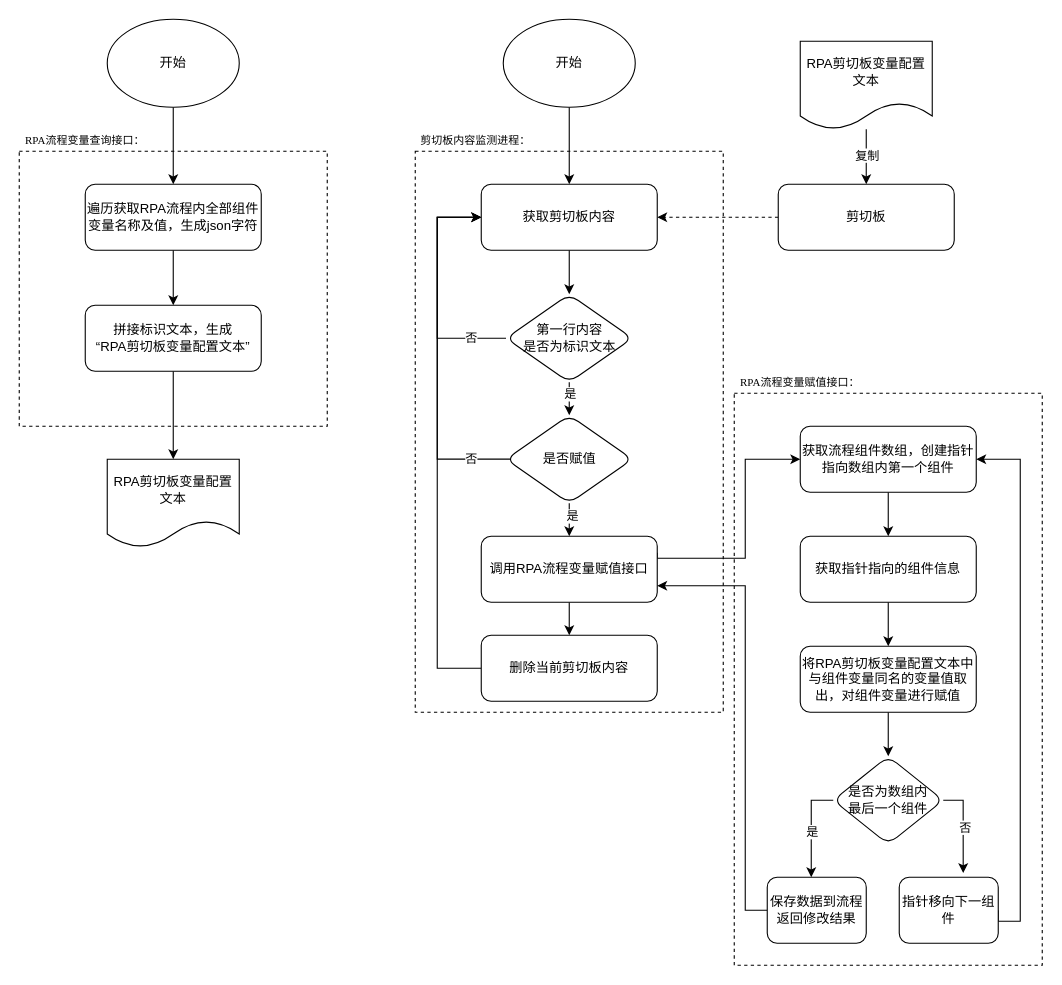
ColonelDarcy2018/excelsior keeps this draw.io diagram as 剪切板变量赋值专利发明方案图一.drawio. Above is the earlier version. Source tidied: cells renumbered, new cells numbered last; positions are measured from the earlier drawing's top-left corner, leaving out a move shared by most shapes. Both pictures are drawn from the tidied source at 110%, with x=0, y=0 at pixel (19, 19).
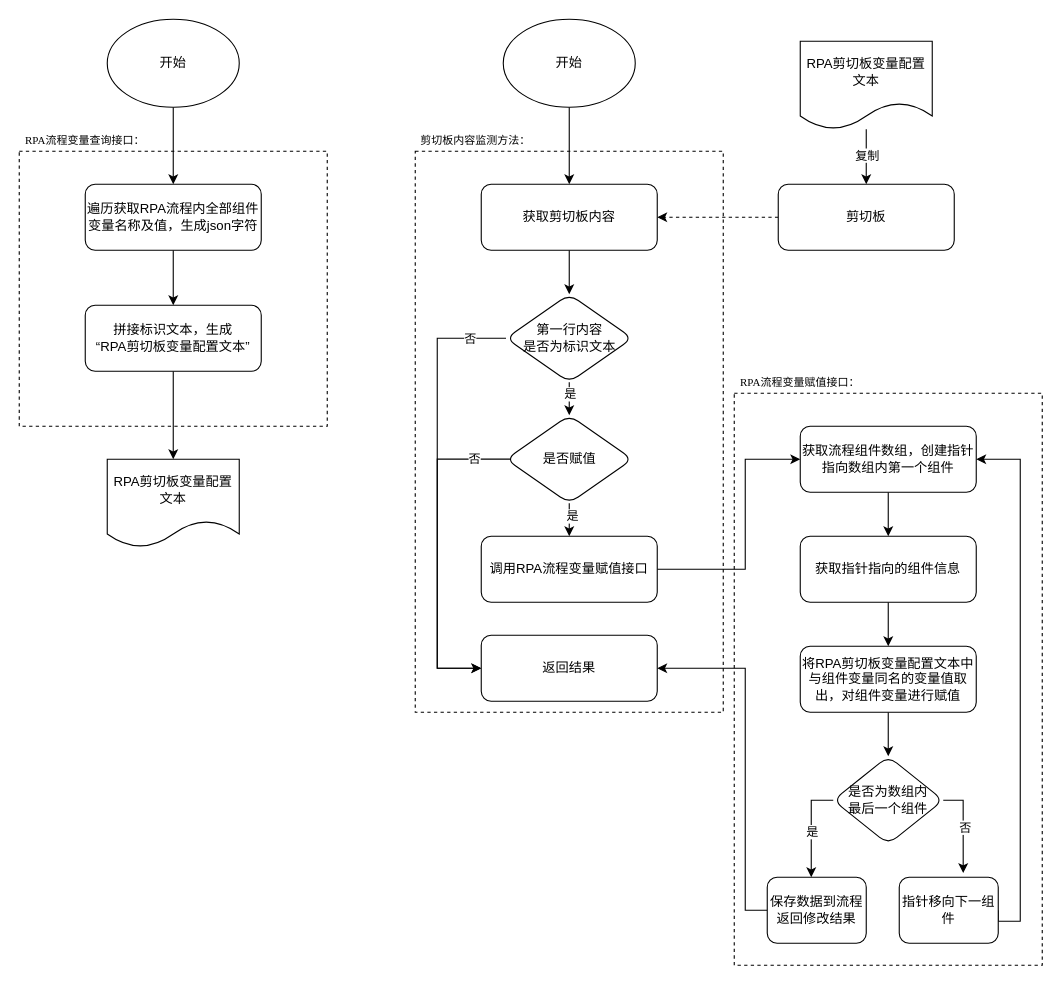
The same page after the edit.

Commit message:
更新剪切板变量赋值专利发明方案图一.drawio

The change refers to these unchanged cells:
```xml
<mxCell id="19" value="获取剪切板内容" style="rounded=1;whiteSpace=wrap;html=1;" parent="1" vertex="1">
  <mxGeometry x="420" y="150" width="160" height="60" as="geometry" />
</mxCell>
<mxCell id="27" value="第一行内容&lt;br&gt;是否为标识文本" style="rhombus;whiteSpace=wrap;html=1;rounded=1;" parent="1" vertex="1">
  <mxGeometry x="442.5" y="250" width="115" height="80" as="geometry" />
</mxCell>
<mxCell id="32" value="是否赋值" style="rhombus;whiteSpace=wrap;html=1;rounded=1;" parent="1" vertex="1">
  <mxGeometry x="442.5" y="360" width="115" height="80" as="geometry" />
</mxCell>
<mxCell id="35" value="获取流程组件数组，创建指针指向数组内第一个组件" style="rounded=1;whiteSpace=wrap;html=1;" parent="1" vertex="1">
  <mxGeometry x="710" y="370" width="160" height="60" as="geometry" />
</mxCell>
<mxCell id="43" value="调用RPA流程变量赋值接口" style="rounded=1;whiteSpace=wrap;html=1;" parent="1" vertex="1">
  <mxGeometry x="420" y="470" width="160" height="60" as="geometry" />
</mxCell>
<mxCell id="53" value="保存数据到流程&lt;br&gt;返回修改结果" style="rounded=1;whiteSpace=wrap;html=1;" parent="1" vertex="1">
  <mxGeometry x="680" y="780" width="90" height="60" as="geometry" />
</mxCell>
```

The edit, as a diff of the source:
```diff
@@
-    <mxCell id="20" value="&lt;p style=&quot;margin: 0pt 0pt 0.0001pt; text-align: start;&quot; class=&quot;MsoNormal&quot;&gt;&lt;font face=&quot;Times New Roman&quot;&gt;剪切板内容监测进程：&lt;/font&gt;&lt;br&gt;&lt;/p&gt;" style="text;html=1;strokeColor=none;fillColor=none;align=center;verticalAlign=middle;whiteSpace=wrap;rounded=0;fontSize=10;" parent="1" vertex="1">
+    <mxCell id="20" value="&lt;p style=&quot;margin: 0pt 0pt 0.0001pt; text-align: start;&quot; class=&quot;MsoNormal&quot;&gt;&lt;font face=&quot;Times New Roman&quot;&gt;剪切板内容监测方法：&lt;/font&gt;&lt;br&gt;&lt;/p&gt;" style="text;html=1;strokeColor=none;fillColor=none;align=center;verticalAlign=middle;whiteSpace=wrap;rounded=0;fontSize=10;" parent="1" vertex="1">
       <mxGeometry x="360" y="100" width="110" height="20" as="geometry" />
     </mxCell>
@@
-    <mxCell id="25" style="edgeStyle=orthogonalEdgeStyle;rounded=0;jettySize=auto;html=1;entryX=0;entryY=0.5;entryDx=0;entryDy=0;exitX=0;exitY=0.5;exitDx=0;exitDy=0;" parent="1" edge="1" source="27" target="19">
+    <mxCell id="25" style="edgeStyle=orthogonalEdgeStyle;rounded=0;jettySize=auto;html=1;entryX=0;entryY=0.5;entryDx=0;entryDy=0;exitX=0;exitY=0.5;exitDx=0;exitDy=0;" parent="1" edge="1" source="27" target="51">
       <mxGeometry relative="1" as="geometry">
         <Array as="points">
           <mxPoint x="380" y="290" />
-          <mxPoint x="380" y="180" />
+          <mxPoint x="380" y="590" />
         </Array>
       </mxGeometry>
     </mxCell>
     <mxCell id="26" value="否" style="edgeLabel;html=1;align=center;verticalAlign=middle;" parent="25" vertex="1">
-      <mxGeometry x="0.22" y="1" relative="1" as="geometry">
-        <mxPoint x="31" y="67" as="offset" />
+      <mxGeometry x="-0.81" y="-1" relative="1" as="geometry">
+        <mxPoint x="5" y="1" as="offset" />
       </mxGeometry>
     </mxCell>
@@
-    <mxCell id="28" style="edgeStyle=orthogonalEdgeStyle;rounded=0;jettySize=auto;html=1;entryX=0;entryY=0.5;entryDx=0;entryDy=0;exitX=0.054;exitY=0.499;exitDx=0;exitDy=0;exitPerimeter=0;" parent="1" edge="1" source="32" target="19">
+    <mxCell id="28" style="edgeStyle=orthogonalEdgeStyle;rounded=0;jettySize=auto;html=1;entryX=0;entryY=0.5;entryDx=0;entryDy=0;exitX=0.054;exitY=0.499;exitDx=0;exitDy=0;exitPerimeter=0;" parent="1" edge="1" source="32" target="51">
       <mxGeometry relative="1" as="geometry">
         <Array as="points">
           <mxPoint x="380" y="400" />
-          <mxPoint x="380" y="180" />
+          <mxPoint x="380" y="590" />
         </Array>
       </mxGeometry>
     </mxCell>
@@
-    <mxCell id="33" style="edgeStyle=orthogonalEdgeStyle;rounded=0;jettySize=auto;html=1;entryX=0;entryY=0.5;entryDx=0;entryDy=0;exitX=0;exitY=0.5;exitDx=0;exitDy=0;" parent="1" edge="1" source="51" target="19">
-      <mxGeometry relative="1" as="geometry">
-        <Array as="points">
-          <mxPoint x="380" y="590" />
-          <mxPoint x="380" y="180" />
-        </Array>
-      </mxGeometry>
-    </mxCell>
@@
-    <mxCell id="41" style="edgeStyle=orthogonalEdgeStyle;rounded=0;jettySize=auto;html=1;entryX=0;entryY=0.5;entryDx=0;entryDy=0;exitX=1;exitY=0.25;exitDx=0;exitDy=0;" parent="1" edge="1" source="43" target="35">
+    <mxCell id="41" style="edgeStyle=orthogonalEdgeStyle;rounded=0;jettySize=auto;html=1;entryX=0;entryY=0.5;entryDx=0;entryDy=0;exitX=1;exitY=0.5;exitDx=0;exitDy=0;" parent="1" edge="1" source="43" target="35">
       <mxGeometry relative="1" as="geometry">
         <Array as="points">
-          <mxPoint x="580" y="490" />
-          <mxPoint x="660" y="490" />
+          <mxPoint x="660" y="500" />
           <mxPoint x="660" y="400" />
         </Array>
       </mxGeometry>
     </mxCell>
-    <mxCell id="42" style="edgeStyle=orthogonalEdgeStyle;rounded=0;jettySize=auto;html=1;entryX=0.5;entryY=0;entryDx=0;entryDy=0;" parent="1" edge="1" source="43" target="51">
-      <mxGeometry relative="1" as="geometry" />
-    </mxCell>
@@
-    <mxCell id="51" value="删除当前剪切板内容" style="rounded=1;whiteSpace=wrap;html=1;" parent="1" vertex="1">
+    <mxCell id="51" value="返回结果" style="rounded=1;whiteSpace=wrap;html=1;" parent="1" vertex="1">
       <mxGeometry x="420" y="560" width="160" height="60" as="geometry" />
     </mxCell>
-    <mxCell id="52" style="edgeStyle=orthogonalEdgeStyle;rounded=0;jettySize=auto;html=1;entryX=1;entryY=0.75;entryDx=0;entryDy=0;exitX=0;exitY=0.5;exitDx=0;exitDy=0;" parent="1" edge="1" source="53" target="43">
+    <mxCell id="52" style="edgeStyle=orthogonalEdgeStyle;rounded=0;jettySize=auto;html=1;entryX=1;entryY=0.5;entryDx=0;entryDy=0;exitX=0;exitY=0.5;exitDx=0;exitDy=0;" parent="1" edge="1" source="53" target="51">
       <mxGeometry relative="1" as="geometry">
         <Array as="points">
           <mxPoint x="660" y="810" />
-          <mxPoint x="660" y="515" />
+          <mxPoint x="660" y="590" />
         </Array>
       </mxGeometry>
     </mxCell>
```
